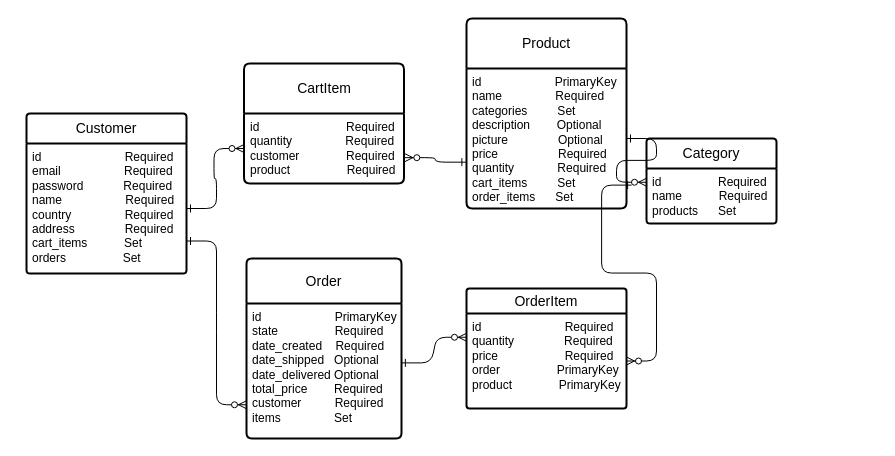
This is Диаграмма без названия.drawio from Dornell1/intro-to-backend, a draw.io file, before an edit. Source tidied: cells renumbered, new cells numbered last; positions are measured from the earlier drawing's top-left corner, leaving out a move shared by most shapes. Both pictures are drawn from the tidied source at 100%, with x=0, y=0 at pixel (26, 18).
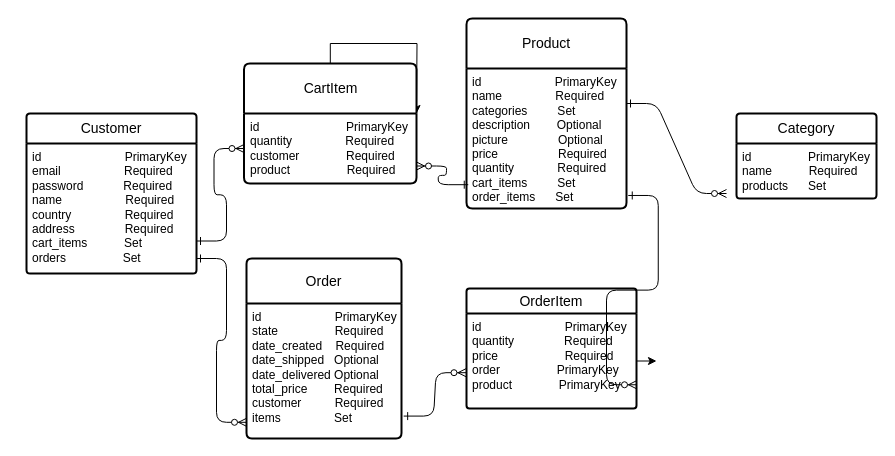
After the change.

Unchanged cells that the change refers to:
```xml
<mxCell id="8" value="id&amp;nbsp; &amp;nbsp; &amp;nbsp; &amp;nbsp; &amp;nbsp; &amp;nbsp; &amp;nbsp; &amp;nbsp; &amp;nbsp; &amp;nbsp; &amp;nbsp; PrimaryKey&lt;br&gt;state&amp;nbsp; &amp;nbsp; &amp;nbsp; &amp;nbsp; &amp;nbsp; &amp;nbsp; &amp;nbsp; &amp;nbsp; &amp;nbsp;Required&lt;br&gt;date_created&amp;nbsp; &amp;nbsp; Required&lt;br&gt;date_shipped&amp;nbsp; &amp;nbsp;Optional&lt;br&gt;date_delivered Optional&lt;br&gt;total_price&amp;nbsp; &amp;nbsp; &amp;nbsp; &amp;nbsp; Required&lt;br&gt;customer&amp;nbsp; &amp;nbsp; &amp;nbsp; &amp;nbsp; &amp;nbsp; Required&lt;br&gt;items&amp;nbsp; &amp;nbsp; &amp;nbsp; &amp;nbsp; &amp;nbsp; &amp;nbsp; &amp;nbsp; &amp;nbsp; Set" style="align=left;strokeColor=none;fillColor=none;spacingLeft=4;fontSize=12;verticalAlign=top;html=1;" parent="7" vertex="1">
  <mxGeometry y="45" width="155" height="135" as="geometry" />
</mxCell>
<mxCell id="12" value="id&amp;nbsp; &amp;nbsp; &amp;nbsp; &amp;nbsp; &amp;nbsp; &amp;nbsp; &amp;nbsp; &amp;nbsp; &amp;nbsp; &amp;nbsp; &amp;nbsp;&amp;nbsp;PrimaryKey&lt;br&gt;name&amp;nbsp; &amp;nbsp; &amp;nbsp; &amp;nbsp; &amp;nbsp; &amp;nbsp; &amp;nbsp; &amp;nbsp; Required&lt;br&gt;categories&amp;nbsp; &amp;nbsp; &amp;nbsp; &amp;nbsp; &amp;nbsp;Set&lt;br&gt;description&amp;nbsp; &amp;nbsp; &amp;nbsp; &amp;nbsp; Optional&lt;br&gt;picture&amp;nbsp; &amp;nbsp; &amp;nbsp; &amp;nbsp; &amp;nbsp; &amp;nbsp; &amp;nbsp; &amp;nbsp;Optional&lt;br&gt;price&amp;nbsp; &amp;nbsp; &amp;nbsp; &amp;nbsp; &amp;nbsp; &amp;nbsp; &amp;nbsp; &amp;nbsp; &amp;nbsp; Required&lt;br&gt;quantity&amp;nbsp; &amp;nbsp; &amp;nbsp; &amp;nbsp; &amp;nbsp; &amp;nbsp; &amp;nbsp;Required&lt;br&gt;cart_items&amp;nbsp; &amp;nbsp; &amp;nbsp; &amp;nbsp; &amp;nbsp;Set&lt;br&gt;order_items&amp;nbsp; &amp;nbsp; &amp;nbsp; Set" style="align=left;strokeColor=none;fillColor=none;spacingLeft=4;fontSize=12;verticalAlign=top;html=1;" parent="11" vertex="1">
  <mxGeometry y="50" width="160" height="140" as="geometry" />
</mxCell>
```

The edit, as a diff of the source:
```diff
@@
     <mxCell id="3" value="Customer" style="swimlane;horizontal=1;startSize=30;rounded=1;fontSize=14;fontStyle=0;strokeWidth=2;shadow=0;dashed=0;align=center;arcSize=4;whiteSpace=wrap;html=1;" parent="1" vertex="1">
-      <mxGeometry y="95" width="160" height="160" as="geometry" />
+      <mxGeometry y="95" width="170" height="160" as="geometry" />
     </mxCell>
-    <mxCell id="4" value="id&amp;nbsp; &amp;nbsp; &amp;nbsp; &amp;nbsp; &amp;nbsp; &amp;nbsp; &amp;nbsp; &amp;nbsp; &amp;nbsp; &amp;nbsp; &amp;nbsp; &amp;nbsp; &amp;nbsp;Required&lt;br&gt;email&amp;nbsp; &amp;nbsp; &amp;nbsp; &amp;nbsp; &amp;nbsp; &amp;nbsp; &amp;nbsp; &amp;nbsp; &amp;nbsp; &amp;nbsp;Required&lt;br&gt;password&amp;nbsp; &amp;nbsp; &amp;nbsp; &amp;nbsp; &amp;nbsp; &amp;nbsp; Required&lt;br&gt;name&amp;nbsp; &amp;nbsp; &amp;nbsp; &amp;nbsp; &amp;nbsp; &amp;nbsp; &amp;nbsp; &amp;nbsp; &amp;nbsp; &amp;nbsp;Required&lt;br&gt;country&amp;nbsp; &amp;nbsp; &amp;nbsp; &amp;nbsp; &amp;nbsp; &amp;nbsp; &amp;nbsp; &amp;nbsp; Required&lt;br&gt;address&amp;nbsp; &amp;nbsp; &amp;nbsp; &amp;nbsp; &amp;nbsp; &amp;nbsp; &amp;nbsp; &amp;nbsp;Required&lt;br&gt;cart_items&amp;nbsp; &amp;nbsp; &amp;nbsp; &amp;nbsp; &amp;nbsp; &amp;nbsp;Set&lt;br&gt;orders&amp;nbsp; &amp;nbsp; &amp;nbsp; &amp;nbsp; &amp;nbsp; &amp;nbsp; &amp;nbsp; &amp;nbsp; &amp;nbsp;Set" style="align=left;strokeColor=none;fillColor=none;spacingLeft=4;fontSize=12;verticalAlign=top;html=1;" parent="3" vertex="1">
-      <mxGeometry y="30" width="160" height="130" as="geometry" />
+    <mxCell id="4" value="id&amp;nbsp; &amp;nbsp; &amp;nbsp; &amp;nbsp; &amp;nbsp; &amp;nbsp; &amp;nbsp; &amp;nbsp; &amp;nbsp; &amp;nbsp; &amp;nbsp; &amp;nbsp; &amp;nbsp;PrimaryKey&lt;br&gt;email&amp;nbsp; &amp;nbsp; &amp;nbsp; &amp;nbsp; &amp;nbsp; &amp;nbsp; &amp;nbsp; &amp;nbsp; &amp;nbsp; &amp;nbsp;Required&lt;br&gt;password&amp;nbsp; &amp;nbsp; &amp;nbsp; &amp;nbsp; &amp;nbsp; &amp;nbsp; Required&lt;br&gt;name&amp;nbsp; &amp;nbsp; &amp;nbsp; &amp;nbsp; &amp;nbsp; &amp;nbsp; &amp;nbsp; &amp;nbsp; &amp;nbsp; &amp;nbsp;Required&lt;br&gt;country&amp;nbsp; &amp;nbsp; &amp;nbsp; &amp;nbsp; &amp;nbsp; &amp;nbsp; &amp;nbsp; &amp;nbsp; Required&lt;br&gt;address&amp;nbsp; &amp;nbsp; &amp;nbsp; &amp;nbsp; &amp;nbsp; &amp;nbsp; &amp;nbsp; &amp;nbsp;Required&lt;br&gt;cart_items&amp;nbsp; &amp;nbsp; &amp;nbsp; &amp;nbsp; &amp;nbsp; &amp;nbsp;Set&lt;br&gt;orders&amp;nbsp; &amp;nbsp; &amp;nbsp; &amp;nbsp; &amp;nbsp; &amp;nbsp; &amp;nbsp; &amp;nbsp; &amp;nbsp;Set" style="align=left;strokeColor=none;fillColor=none;spacingLeft=4;fontSize=12;verticalAlign=top;html=1;" parent="3" vertex="1">
+      <mxGeometry y="30" width="170" height="130" as="geometry" />
     </mxCell>
@@
     <mxCell id="9" value="OrderItem" style="swimlane;horizontal=1;startSize=25;rounded=1;fontSize=14;fontStyle=0;strokeWidth=2;shadow=0;dashed=0;align=center;arcSize=4;whiteSpace=wrap;html=1;" parent="1" vertex="1">
-      <mxGeometry x="440" y="270" width="160" height="120" as="geometry" />
+      <mxGeometry x="440" y="270" width="170" height="120" as="geometry" />
     </mxCell>
-    <mxCell id="10" value="id&amp;nbsp; &amp;nbsp; &amp;nbsp; &amp;nbsp; &amp;nbsp; &amp;nbsp; &amp;nbsp; &amp;nbsp; &amp;nbsp; &amp;nbsp; &amp;nbsp; &amp;nbsp; &amp;nbsp;Required&lt;br&gt;quantity&amp;nbsp; &amp;nbsp; &amp;nbsp; &amp;nbsp; &amp;nbsp; &amp;nbsp; &amp;nbsp; &amp;nbsp;Required&lt;br&gt;price&amp;nbsp; &amp;nbsp; &amp;nbsp; &amp;nbsp; &amp;nbsp; &amp;nbsp; &amp;nbsp; &amp;nbsp; &amp;nbsp; &amp;nbsp; Required&lt;br&gt;order&amp;nbsp; &amp;nbsp; &amp;nbsp; &amp;nbsp; &amp;nbsp; &amp;nbsp; &amp;nbsp; &amp;nbsp; &amp;nbsp;PrimaryKey&lt;br&gt;product&amp;nbsp; &amp;nbsp; &amp;nbsp; &amp;nbsp; &amp;nbsp; &amp;nbsp; &amp;nbsp; PrimaryKey" style="align=left;strokeColor=none;fillColor=none;spacingLeft=4;fontSize=12;verticalAlign=top;html=1;" parent="9" vertex="1">
-      <mxGeometry y="25" width="160" height="95" as="geometry" />
+    <mxCell id="10" value="id&amp;nbsp; &amp;nbsp; &amp;nbsp; &amp;nbsp; &amp;nbsp; &amp;nbsp; &amp;nbsp; &amp;nbsp; &amp;nbsp; &amp;nbsp; &amp;nbsp; &amp;nbsp; &amp;nbsp;PrimaryKey&lt;br&gt;quantity&amp;nbsp; &amp;nbsp; &amp;nbsp; &amp;nbsp; &amp;nbsp; &amp;nbsp; &amp;nbsp; &amp;nbsp;Required&lt;br&gt;price&amp;nbsp; &amp;nbsp; &amp;nbsp; &amp;nbsp; &amp;nbsp; &amp;nbsp; &amp;nbsp; &amp;nbsp; &amp;nbsp; &amp;nbsp; Required&lt;br&gt;order&amp;nbsp; &amp;nbsp; &amp;nbsp; &amp;nbsp; &amp;nbsp; &amp;nbsp; &amp;nbsp; &amp;nbsp; &amp;nbsp;PrimaryKey&lt;br&gt;product&amp;nbsp; &amp;nbsp; &amp;nbsp; &amp;nbsp; &amp;nbsp; &amp;nbsp; &amp;nbsp; PrimaryKey" style="align=left;strokeColor=none;fillColor=none;spacingLeft=4;fontSize=12;verticalAlign=top;html=1;" parent="9" vertex="1">
+      <mxGeometry y="25" width="170" height="95" as="geometry" />
     </mxCell>
@@
-    <mxCell id="13" style="edgeStyle=entityRelationEdgeStyle;endArrow=ERzeroToMany;startArrow=ERone;endFill=1;startFill=0;exitX=0.999;exitY=0.44;exitDx=0;exitDy=0;entryX=0;entryY=0.25;entryDx=0;entryDy=0;exitPerimeter=0;" parent="1" edge="1" source="8" target="10">
+    <mxCell id="13" style="edgeStyle=entityRelationEdgeStyle;endArrow=ERzeroToMany;startArrow=ERone;endFill=1;startFill=0;exitX=1.014;exitY=0.834;exitDx=0;exitDy=0;entryX=-0.003;entryY=0.623;entryDx=0;entryDy=0;exitPerimeter=0;entryPerimeter=0;" parent="1" edge="1" source="8" target="10">
       <mxGeometry relative="1" as="geometry">
         <Array as="points">
-          <mxPoint x="425" y="423.8" />
-          <mxPoint x="425" y="383.8" />
+          <mxPoint x="425" y="460" />
+          <mxPoint x="425" y="420" />
+          <mxPoint x="430" y="355" />
         </Array>
       </mxGeometry>
     </mxCell>
-    <mxCell id="14" style="edgeStyle=entityRelationEdgeStyle;endArrow=ERzeroToMany;startArrow=ERone;endFill=1;startFill=0;entryX=1;entryY=0.5;entryDx=0;entryDy=0;exitX=1.032;exitY=0.833;exitDx=0;exitDy=0;exitPerimeter=0;" parent="1" edge="1" source="12" target="10">
+    <mxCell id="14" style="edgeStyle=entityRelationEdgeStyle;endArrow=ERzeroToMany;startArrow=ERone;endFill=1;startFill=0;entryX=1;entryY=0.75;entryDx=0;entryDy=0;exitX=1.011;exitY=0.907;exitDx=0;exitDy=0;exitPerimeter=0;" parent="1" edge="1" source="12" target="10">
       <mxGeometry relative="1" as="geometry">
         <Array as="points">
-          <mxPoint x="640" y="347.5" />
-          <mxPoint x="640" y="307.5" />
+          <mxPoint x="630" y="345.9" />
+          <mxPoint x="630" y="305.9" />
         </Array>
       </mxGeometry>
     </mxCell>
-    <mxCell id="15" style="edgeStyle=entityRelationEdgeStyle;endArrow=ERzeroToMany;startArrow=ERone;endFill=1;startFill=0;exitX=1;exitY=0.75;exitDx=0;exitDy=0;entryX=0;entryY=0.75;entryDx=0;entryDy=0;" parent="1" edge="1" source="4" target="8">
+    <mxCell id="15" style="edgeStyle=entityRelationEdgeStyle;endArrow=ERzeroToMany;startArrow=ERone;endFill=1;startFill=0;exitX=1;exitY=0.75;exitDx=0;exitDy=0;entryX=0;entryY=0.75;entryDx=0;entryDy=0;" parent="1" edge="1">
       <mxGeometry relative="1" as="geometry">
+        <mxPoint x="170" y="240" as="sourcePoint" />
+        <mxPoint x="220" y="403.8" as="targetPoint" />
         <Array as="points">
-          <mxPoint x="170" y="467.5" />
-          <mxPoint x="170" y="427.5" />
+          <mxPoint x="170" y="485" />
+          <mxPoint x="170" y="445" />
         </Array>
       </mxGeometry>
     </mxCell>
-    <mxCell id="16" style="edgeStyle=entityRelationEdgeStyle;endArrow=ERzeroToMany;startArrow=ERone;endFill=1;startFill=0;exitX=1;exitY=0.5;exitDx=0;exitDy=0;entryX=0;entryY=0.5;entryDx=0;entryDy=0;" parent="1" edge="1" source="4" target="22">
+    <mxCell id="16" style="edgeStyle=entityRelationEdgeStyle;endArrow=ERzeroToMany;startArrow=ERone;endFill=1;startFill=0;exitX=1;exitY=0.75;exitDx=0;exitDy=0;entryX=0;entryY=0.5;entryDx=0;entryDy=0;" parent="1" edge="1" source="4" target="22">
       <mxGeometry relative="1" as="geometry">
         <Array as="points">
           <mxPoint x="450" y="257.5" />
           <mxPoint x="450" y="217.5" />
         </Array>
       </mxGeometry>
     </mxCell>
     <mxCell id="17" value="Category" style="swimlane;horizontal=1;startSize=30;rounded=1;fontSize=14;fontStyle=0;strokeWidth=2;shadow=0;dashed=0;align=center;arcSize=4;whiteSpace=wrap;html=1;" parent="1" vertex="1">
-      <mxGeometry x="620" y="120" width="130" height="85" as="geometry" />
+      <mxGeometry x="710" y="95" width="140" height="85" as="geometry" />
     </mxCell>
-    <mxCell id="18" value="id&amp;nbsp; &amp;nbsp; &amp;nbsp; &amp;nbsp; &amp;nbsp; &amp;nbsp; &amp;nbsp; &amp;nbsp; &amp;nbsp;Required&lt;br&gt;name&amp;nbsp; &amp;nbsp; &amp;nbsp; &amp;nbsp; &amp;nbsp; &amp;nbsp;Required&amp;nbsp; &amp;nbsp; &amp;nbsp;&amp;nbsp;&lt;br&gt;products&amp;nbsp; &amp;nbsp; &amp;nbsp; Set" style="align=left;strokeColor=none;fillColor=none;spacingLeft=4;fontSize=12;verticalAlign=top;html=1;" parent="17" vertex="1">
-      <mxGeometry y="30" width="130" height="55" as="geometry" />
+    <mxCell id="18" value="id&amp;nbsp; &amp;nbsp; &amp;nbsp; &amp;nbsp; &amp;nbsp; &amp;nbsp; &amp;nbsp; &amp;nbsp; &amp;nbsp;PrimaryKey&lt;br&gt;name&amp;nbsp; &amp;nbsp; &amp;nbsp; &amp;nbsp; &amp;nbsp; &amp;nbsp;Required&amp;nbsp; &amp;nbsp; &amp;nbsp;&amp;nbsp;&lt;br&gt;products&amp;nbsp; &amp;nbsp; &amp;nbsp; Set" style="align=left;strokeColor=none;fillColor=none;spacingLeft=4;fontSize=12;verticalAlign=top;html=1;" parent="17" vertex="1">
+      <mxGeometry y="30" width="140" height="55" as="geometry" />
     </mxCell>
-    <mxCell id="19" style="edgeStyle=entityRelationEdgeStyle;endArrow=ERzeroToMany;startArrow=ERone;endFill=1;startFill=0;exitX=1;exitY=0.5;exitDx=0;exitDy=0;entryX=0;entryY=0.25;entryDx=0;entryDy=0;" parent="1" edge="1" source="12" target="18">
+    <mxCell id="19" style="edgeStyle=entityRelationEdgeStyle;endArrow=ERzeroToMany;startArrow=ERone;endFill=1;startFill=0;exitX=1;exitY=0.25;exitDx=0;exitDy=0;" parent="1" edge="1" source="12">
       <mxGeometry relative="1" as="geometry">
+        <mxPoint x="700" y="175" as="targetPoint" />
         <Array as="points">
           <mxPoint x="460" y="267.5" />
           <mxPoint x="460" y="227.5" />
         </Array>
       </mxGeometry>
     </mxCell>
-    <mxCell id="20" style="edgeStyle=entityRelationEdgeStyle;endArrow=ERzeroToMany;startArrow=ERone;endFill=1;startFill=0;entryX=1.005;entryY=0.631;entryDx=0;entryDy=0;entryPerimeter=0;exitX=-0.004;exitY=0.669;exitDx=0;exitDy=0;exitPerimeter=0;" parent="1" edge="1" source="12" target="22">
+    <mxCell id="20" style="edgeStyle=entityRelationEdgeStyle;endArrow=ERzeroToMany;startArrow=ERone;endFill=1;startFill=0;exitX=0.011;exitY=0.83;exitDx=0;exitDy=0;entryX=1;entryY=0.75;entryDx=0;entryDy=0;exitPerimeter=0;" parent="1" edge="1" source="12" target="22">
       <mxGeometry relative="1" as="geometry">
         <Array as="points">
-          <mxPoint x="410" y="217.5" />
-          <mxPoint x="410" y="177.5" />
-          <mxPoint x="410" y="195" />
+          <mxPoint x="420.6" y="188.8" />
+          <mxPoint x="420.6" y="148.8" />
+          <mxPoint x="420.6" y="166.3" />
         </Array>
       </mxGeometry>
     </mxCell>
+    <mxCell id="23" style="edgeStyle=orthogonalEdgeStyle;rounded=0;jettySize=auto;html=1;" parent="1" edge="1" source="21">
+      <mxGeometry relative="1" as="geometry">
+        <mxPoint x="390" y="95" as="targetPoint" />
+      </mxGeometry>
+    </mxCell>
     <mxCell id="21" value="CartItem" style="swimlane;horizontal=1;startSize=50;rounded=1;fontSize=14;fontStyle=0;strokeWidth=2;shadow=0;dashed=0;align=center;arcSize=4;whiteSpace=wrap;html=1;" parent="1" vertex="1">
-      <mxGeometry x="217.5" y="45" width="160" height="120" as="geometry" />
+      <mxGeometry x="217.5" y="45" width="172.5" height="120" as="geometry" />
     </mxCell>
-    <mxCell id="22" value="id&amp;nbsp; &amp;nbsp; &amp;nbsp; &amp;nbsp; &amp;nbsp; &amp;nbsp; &amp;nbsp; &amp;nbsp; &amp;nbsp; &amp;nbsp; &amp;nbsp; &amp;nbsp; &amp;nbsp; Required&lt;br&gt;quantity&amp;nbsp; &amp;nbsp; &amp;nbsp; &amp;nbsp; &amp;nbsp; &amp;nbsp; &amp;nbsp; &amp;nbsp; Required&lt;br&gt;customer&amp;nbsp; &amp;nbsp; &amp;nbsp; &amp;nbsp; &amp;nbsp; &amp;nbsp; &amp;nbsp; Required&lt;br&gt;product&amp;nbsp; &amp;nbsp; &amp;nbsp; &amp;nbsp; &amp;nbsp; &amp;nbsp; &amp;nbsp; &amp;nbsp; &amp;nbsp;Required" style="align=left;strokeColor=none;fillColor=none;spacingLeft=4;fontSize=12;verticalAlign=top;html=1;" parent="21" vertex="1">
-      <mxGeometry y="50" width="160" height="70" as="geometry" />
+    <mxCell id="22" value="id&amp;nbsp; &amp;nbsp; &amp;nbsp; &amp;nbsp; &amp;nbsp; &amp;nbsp; &amp;nbsp; &amp;nbsp; &amp;nbsp; &amp;nbsp; &amp;nbsp; &amp;nbsp; &amp;nbsp; PrimaryKey&lt;br&gt;quantity&amp;nbsp; &amp;nbsp; &amp;nbsp; &amp;nbsp; &amp;nbsp; &amp;nbsp; &amp;nbsp; &amp;nbsp; Required&lt;br&gt;customer&amp;nbsp; &amp;nbsp; &amp;nbsp; &amp;nbsp; &amp;nbsp; &amp;nbsp; &amp;nbsp; Required&lt;br&gt;product&amp;nbsp; &amp;nbsp; &amp;nbsp; &amp;nbsp; &amp;nbsp; &amp;nbsp; &amp;nbsp; &amp;nbsp; &amp;nbsp;Required" style="align=left;strokeColor=none;fillColor=none;spacingLeft=4;fontSize=12;verticalAlign=top;html=1;" parent="21" vertex="1">
+      <mxGeometry y="50" width="172.5" height="70" as="geometry" />
     </mxCell>
+    <mxCell id="24" style="edgeStyle=orthogonalEdgeStyle;rounded=0;jettySize=auto;html=1;" parent="1" edge="1" source="10">
+      <mxGeometry relative="1" as="geometry">
+        <mxPoint x="630" y="342.5" as="targetPoint" />
+      </mxGeometry>
+    </mxCell>
```
